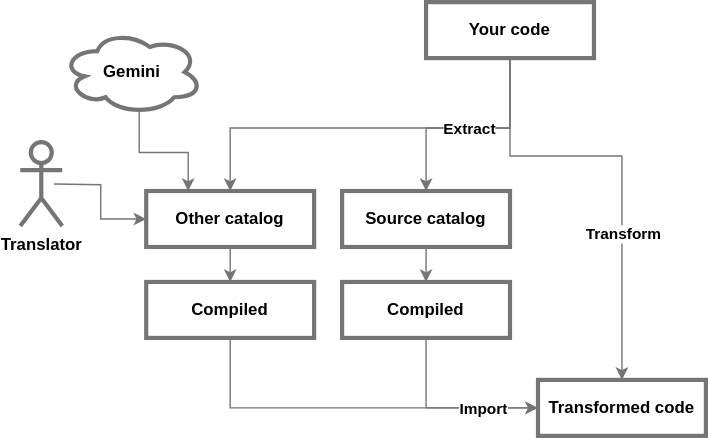
wuchalejs/wuchalejs.github.io keeps this draw.io diagram as public/diagram.svg. Above is the earlier version. Source tidied: cells renumbered, new cells last; positions are measured from the earlier drawing's top-left corner, leaving out a move shared by most shapes. The source it was exported from:
```xml
<mxGraphModel>
  <root>
    <mxCell id="0" />
    <mxCell id="1" parent="0" />
    <mxCell id="2" style="edgeStyle=orthogonalEdgeStyle;rounded=0;jettySize=auto;html=1;exitX=0.5;exitY=1;exitDx=0;exitDy=0;entryX=0.5;entryY=0;entryDx=0;entryDy=0;fontColor=default;strokeColor=#757575;fontStyle=1;labelBackgroundColor=none;" parent="1" edge="1" source="7" target="8">
      <mxGeometry relative="1" as="geometry">
        <Array as="points">
          <mxPoint x="350" y="110" />
          <mxPoint x="430" y="110" />
        </Array>
      </mxGeometry>
    </mxCell>
    <mxCell id="3" value="Transform" style="edgeLabel;html=1;align=center;verticalAlign=middle;fontColor=default;fontStyle=1;labelBackgroundColor=default;" parent="2" vertex="1">
      <mxGeometry x="0.07" relative="1" as="geometry">
        <mxPoint y="40" as="offset" />
      </mxGeometry>
    </mxCell>
    <mxCell id="4" style="edgeStyle=orthogonalEdgeStyle;rounded=0;jettySize=auto;html=1;exitX=0.5;exitY=1;exitDx=0;exitDy=0;entryX=0.5;entryY=0;entryDx=0;entryDy=0;fontColor=default;strokeColor=#757575;fontStyle=1;" parent="1" edge="1" source="7" target="12">
      <mxGeometry relative="1" as="geometry">
        <Array as="points">
          <mxPoint x="350" y="90" />
          <mxPoint x="150" y="90" />
        </Array>
      </mxGeometry>
    </mxCell>
    <mxCell id="5" style="edgeStyle=orthogonalEdgeStyle;rounded=0;jettySize=auto;html=1;exitX=0.5;exitY=1;exitDx=0;exitDy=0;entryX=0.5;entryY=0;entryDx=0;entryDy=0;fontColor=default;strokeColor=#757575;fontStyle=1;" parent="1" edge="1" source="7" target="10">
      <mxGeometry relative="1" as="geometry">
        <Array as="points">
          <mxPoint x="350" y="90" />
          <mxPoint x="290" y="90" />
        </Array>
      </mxGeometry>
    </mxCell>
    <mxCell id="6" value="Extract" style="edgeLabel;html=1;align=center;verticalAlign=middle;fontColor=default;fontStyle=1;labelBackgroundColor=default;" parent="5" vertex="1">
      <mxGeometry x="-0.79" y="1" relative="1" as="geometry">
        <mxPoint x="-31" y="34" as="offset" />
      </mxGeometry>
    </mxCell>
    <mxCell id="7" value="Your code" style="rounded=0;whiteSpace=wrap;html=1;fillColor=none;strokeColor=#757575;fontColor=default;fontStyle=1;strokeWidth=3;" parent="1" vertex="1">
      <mxGeometry x="290" width="120" height="40" as="geometry" />
    </mxCell>
    <mxCell id="8" value="Transformed code" style="rounded=0;whiteSpace=wrap;html=1;fillColor=none;strokeColor=#757575;fontColor=default;fontStyle=1;strokeWidth=3;" parent="1" vertex="1">
      <mxGeometry x="370" y="270" width="120" height="40" as="geometry" />
    </mxCell>
    <mxCell id="9" style="edgeStyle=orthogonalEdgeStyle;rounded=0;jettySize=auto;html=1;exitX=0.5;exitY=1;exitDx=0;exitDy=0;entryX=0.5;entryY=0;entryDx=0;entryDy=0;fontColor=default;strokeColor=#757575;fontStyle=1;" parent="1" edge="1" source="10" target="14">
      <mxGeometry relative="1" as="geometry" />
    </mxCell>
    <mxCell id="10" value="Source&amp;nbsp;&lt;span style=&quot;background-color: transparent;&quot;&gt;catalog&lt;/span&gt;" style="rounded=0;whiteSpace=wrap;html=1;fillColor=none;strokeColor=#757575;fontColor=default;fontStyle=1;strokeWidth=3;" parent="1" vertex="1">
      <mxGeometry x="230" y="135" width="120" height="40" as="geometry" />
    </mxCell>
    <mxCell id="11" style="edgeStyle=orthogonalEdgeStyle;rounded=0;jettySize=auto;html=1;exitX=0.5;exitY=1;exitDx=0;exitDy=0;entryX=0.5;entryY=0;entryDx=0;entryDy=0;fontColor=default;strokeColor=#757575;fontStyle=1;" parent="1" edge="1" source="12" target="17">
      <mxGeometry relative="1" as="geometry" />
    </mxCell>
    <mxCell id="12" value="Other catalog" style="rounded=0;whiteSpace=wrap;html=1;fillColor=none;strokeColor=#757575;fontColor=default;fontStyle=1;strokeWidth=3;" parent="1" vertex="1">
      <mxGeometry x="90" y="135" width="120" height="40" as="geometry" />
    </mxCell>
    <mxCell id="13" style="edgeStyle=orthogonalEdgeStyle;rounded=0;jettySize=auto;html=1;exitX=0.5;exitY=1;exitDx=0;exitDy=0;entryX=0;entryY=0.5;entryDx=0;entryDy=0;fontColor=default;strokeColor=#757575;fontStyle=1;" parent="1" edge="1" source="14" target="8">
      <mxGeometry relative="1" as="geometry" />
    </mxCell>
    <mxCell id="14" value="Compiled" style="rounded=0;whiteSpace=wrap;html=1;fillColor=none;strokeColor=#757575;fontColor=default;fontStyle=1;strokeWidth=3;" parent="1" vertex="1">
      <mxGeometry x="230" y="200" width="120" height="40" as="geometry" />
    </mxCell>
    <mxCell id="15" style="edgeStyle=orthogonalEdgeStyle;rounded=0;jettySize=auto;html=1;exitX=0.5;exitY=1;exitDx=0;exitDy=0;entryX=0;entryY=0.5;entryDx=0;entryDy=0;fontColor=default;strokeColor=#757575;fontStyle=1;" parent="1" edge="1" source="17" target="8">
      <mxGeometry relative="1" as="geometry" />
    </mxCell>
    <mxCell id="16" value="Import" style="edgeLabel;html=1;align=center;verticalAlign=middle;fontColor=default;fontStyle=1;labelBackgroundColor=default;" parent="15" vertex="1">
      <mxGeometry y="-2" relative="1" as="geometry">
        <mxPoint x="95" y="-2" as="offset" />
      </mxGeometry>
    </mxCell>
    <mxCell id="17" value="Compiled" style="rounded=0;whiteSpace=wrap;html=1;fillColor=none;strokeColor=#757575;fontColor=default;fontStyle=1;strokeWidth=3;" parent="1" vertex="1">
      <mxGeometry x="90" y="200" width="120" height="40" as="geometry" />
    </mxCell>
    <mxCell id="18" style="edgeStyle=orthogonalEdgeStyle;rounded=0;jettySize=auto;html=1;exitX=0.55;exitY=0.95;exitDx=0;exitDy=0;exitPerimeter=0;entryX=0.25;entryY=0;entryDx=0;entryDy=0;fontColor=default;strokeColor=#757575;fontStyle=1;" parent="1" edge="1" source="19" target="12">
      <mxGeometry relative="1" as="geometry" />
    </mxCell>
    <mxCell id="19" value="Gemini" style="ellipse;shape=cloud;whiteSpace=wrap;html=1;fillColor=none;strokeColor=#757575;fontColor=default;fontStyle=1;strokeWidth=3;" parent="1" vertex="1">
      <mxGeometry x="30" y="20" width="100" height="60" as="geometry" />
    </mxCell>
    <mxCell id="20" style="edgeStyle=orthogonalEdgeStyle;rounded=0;jettySize=auto;html=1;exitX=0.9;exitY=0.5;exitDx=0;exitDy=0;exitPerimeter=0;entryX=0;entryY=0.5;entryDx=0;entryDy=0;fontColor=default;strokeColor=#757575;fontStyle=1;" parent="1" edge="1" target="12">
      <mxGeometry relative="1" as="geometry">
        <mxPoint x="24" y="130" as="sourcePoint" />
      </mxGeometry>
    </mxCell>
    <mxCell id="21" value="Translator" style="shape=umlActor;verticalLabelPosition=bottom;verticalAlign=top;html=1;outlineConnect=0;strokeColor=#757575;fontColor=default;fontStyle=1;fillColor=none;strokeWidth=3;" parent="1" vertex="1">
      <mxGeometry y="100" width="30" height="60" as="geometry" />
    </mxCell>
  </root>
</mxGraphModel>
```
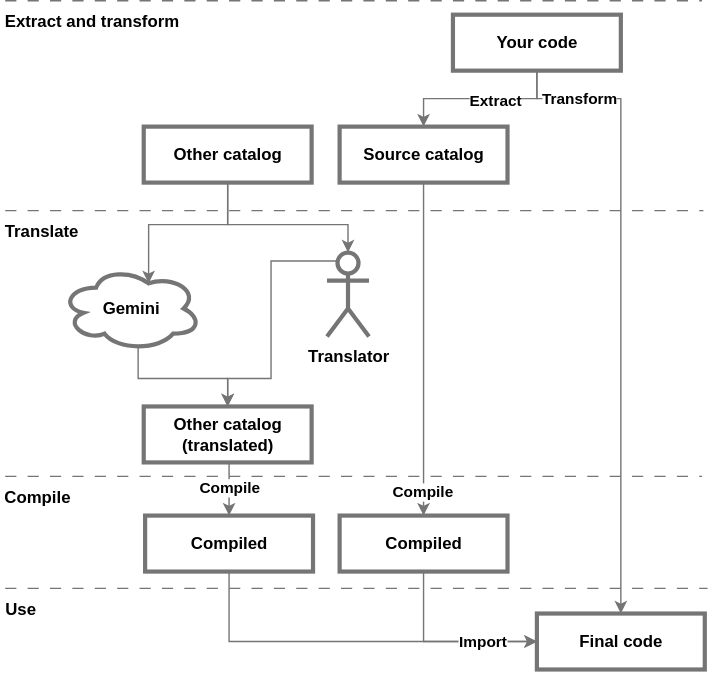
The same file after the commit.

What changed in the source:
```diff
@@ -5,60 +5,54 @@
     <mxCell id="2" style="edgeStyle=orthogonalEdgeStyle;rounded=0;jettySize=auto;html=1;exitX=0.5;exitY=1;exitDx=0;exitDy=0;entryX=0.5;entryY=0;entryDx=0;entryDy=0;fontColor=default;strokeColor=#757575;fontStyle=1;labelBackgroundColor=none;" parent="1" edge="1" source="7" target="8">
       <mxGeometry relative="1" as="geometry">
         <Array as="points">
-          <mxPoint x="350" y="110" />
-          <mxPoint x="430" y="110" />
+          <mxPoint x="540" y="50" />
+          <mxPoint x="600" y="50" />
         </Array>
       </mxGeometry>
     </mxCell>
     <mxCell id="3" value="Transform" style="edgeLabel;html=1;align=center;verticalAlign=middle;fontColor=default;fontStyle=1;labelBackgroundColor=default;" parent="2" vertex="1">
       <mxGeometry x="0.07" relative="1" as="geometry">
-        <mxPoint y="40" as="offset" />
+        <mxPoint x="-30" y="-159" as="offset" />
       </mxGeometry>
     </mxCell>
-    <mxCell id="4" style="edgeStyle=orthogonalEdgeStyle;rounded=0;jettySize=auto;html=1;exitX=0.5;exitY=1;exitDx=0;exitDy=0;entryX=0.5;entryY=0;entryDx=0;entryDy=0;fontColor=default;strokeColor=#757575;fontStyle=1;" parent="1" edge="1" source="7" target="12">
-      <mxGeometry relative="1" as="geometry">
-        <Array as="points">
-          <mxPoint x="350" y="90" />
-          <mxPoint x="150" y="90" />
-        </Array>
-      </mxGeometry>
-    </mxCell>
     <mxCell id="5" style="edgeStyle=orthogonalEdgeStyle;rounded=0;jettySize=auto;html=1;exitX=0.5;exitY=1;exitDx=0;exitDy=0;entryX=0.5;entryY=0;entryDx=0;entryDy=0;fontColor=default;strokeColor=#757575;fontStyle=1;" parent="1" edge="1" source="7" target="10">
       <mxGeometry relative="1" as="geometry">
         <Array as="points">
-          <mxPoint x="350" y="90" />
-          <mxPoint x="290" y="90" />
+          <mxPoint x="520" y="50" />
+          <mxPoint x="460" y="50" />
         </Array>
       </mxGeometry>
     </mxCell>
     <mxCell id="6" value="Extract" style="edgeLabel;html=1;align=center;verticalAlign=middle;fontColor=default;fontStyle=1;labelBackgroundColor=default;" parent="5" vertex="1">
       <mxGeometry x="-0.79" y="1" relative="1" as="geometry">
-        <mxPoint x="-31" y="34" as="offset" />
+        <mxPoint x="-31" y="8" as="offset" />
       </mxGeometry>
     </mxCell>
     <mxCell id="7" value="Your code" style="rounded=0;whiteSpace=wrap;html=1;fillColor=none;strokeColor=#757575;fontColor=default;fontStyle=1;strokeWidth=3;" parent="1" vertex="1">
-      <mxGeometry x="290" width="120" height="40" as="geometry" />
+      <mxGeometry x="480" y="-10" width="120" height="40" as="geometry" />
     </mxCell>
-    <mxCell id="8" value="Transformed code" style="rounded=0;whiteSpace=wrap;html=1;fillColor=none;strokeColor=#757575;fontColor=default;fontStyle=1;strokeWidth=3;" parent="1" vertex="1">
-      <mxGeometry x="370" y="270" width="120" height="40" as="geometry" />
+    <mxCell id="8" value="Final code" style="rounded=0;whiteSpace=wrap;html=1;fillColor=none;strokeColor=#757575;fontColor=default;fontStyle=1;strokeWidth=3;" parent="1" vertex="1">
+      <mxGeometry x="540" y="418" width="120" height="40" as="geometry" />
     </mxCell>
     <mxCell id="9" style="edgeStyle=orthogonalEdgeStyle;rounded=0;jettySize=auto;html=1;exitX=0.5;exitY=1;exitDx=0;exitDy=0;entryX=0.5;entryY=0;entryDx=0;entryDy=0;fontColor=default;strokeColor=#757575;fontStyle=1;" parent="1" edge="1" source="10" target="14">
       <mxGeometry relative="1" as="geometry" />
     </mxCell>
+    <mxCell id="22" value="Compile" style="edgeLabel;html=1;align=center;verticalAlign=middle;fontStyle=1;" parent="9" vertex="1">
+      <mxGeometry x="0.47" y="-3" relative="1" as="geometry">
+        <mxPoint x="2" y="46" as="offset" />
+      </mxGeometry>
+    </mxCell>
     <mxCell id="10" value="Source&amp;nbsp;&lt;span style=&quot;background-color: transparent;&quot;&gt;catalog&lt;/span&gt;" style="rounded=0;whiteSpace=wrap;html=1;fillColor=none;strokeColor=#757575;fontColor=default;fontStyle=1;strokeWidth=3;" parent="1" vertex="1">
-      <mxGeometry x="230" y="135" width="120" height="40" as="geometry" />
+      <mxGeometry x="399" y="70" width="120" height="40" as="geometry" />
     </mxCell>
-    <mxCell id="11" style="edgeStyle=orthogonalEdgeStyle;rounded=0;jettySize=auto;html=1;exitX=0.5;exitY=1;exitDx=0;exitDy=0;entryX=0.5;entryY=0;entryDx=0;entryDy=0;fontColor=default;strokeColor=#757575;fontStyle=1;" parent="1" edge="1" source="12" target="17">
-      <mxGeometry relative="1" as="geometry" />
-    </mxCell>
     <mxCell id="12" value="Other catalog" style="rounded=0;whiteSpace=wrap;html=1;fillColor=none;strokeColor=#757575;fontColor=default;fontStyle=1;strokeWidth=3;" parent="1" vertex="1">
-      <mxGeometry x="90" y="135" width="120" height="40" as="geometry" />
+      <mxGeometry x="259" y="70" width="120" height="40" as="geometry" />
     </mxCell>
     <mxCell id="13" style="edgeStyle=orthogonalEdgeStyle;rounded=0;jettySize=auto;html=1;exitX=0.5;exitY=1;exitDx=0;exitDy=0;entryX=0;entryY=0.5;entryDx=0;entryDy=0;fontColor=default;strokeColor=#757575;fontStyle=1;" parent="1" edge="1" source="14" target="8">
       <mxGeometry relative="1" as="geometry" />
     </mxCell>
     <mxCell id="14" value="Compiled" style="rounded=0;whiteSpace=wrap;html=1;fillColor=none;strokeColor=#757575;fontColor=default;fontStyle=1;strokeWidth=3;" parent="1" vertex="1">
-      <mxGeometry x="230" y="200" width="120" height="40" as="geometry" />
+      <mxGeometry x="399" y="348" width="120" height="40" as="geometry" />
     </mxCell>
     <mxCell id="15" style="edgeStyle=orthogonalEdgeStyle;rounded=0;jettySize=auto;html=1;exitX=0.5;exitY=1;exitDx=0;exitDy=0;entryX=0;entryY=0.5;entryDx=0;entryDy=0;fontColor=default;strokeColor=#757575;fontStyle=1;" parent="1" edge="1" source="17" target="8">
       <mxGeometry relative="1" as="geometry" />
@@ -69,21 +63,81 @@
       </mxGeometry>
     </mxCell>
     <mxCell id="17" value="Compiled" style="rounded=0;whiteSpace=wrap;html=1;fillColor=none;strokeColor=#757575;fontColor=default;fontStyle=1;strokeWidth=3;" parent="1" vertex="1">
-      <mxGeometry x="90" y="200" width="120" height="40" as="geometry" />
+      <mxGeometry x="260" y="348" width="120" height="40" as="geometry" />
     </mxCell>
-    <mxCell id="18" style="edgeStyle=orthogonalEdgeStyle;rounded=0;jettySize=auto;html=1;exitX=0.55;exitY=0.95;exitDx=0;exitDy=0;exitPerimeter=0;entryX=0.25;entryY=0;entryDx=0;entryDy=0;fontColor=default;strokeColor=#757575;fontStyle=1;" parent="1" edge="1" source="19" target="12">
-      <mxGeometry relative="1" as="geometry" />
-    </mxCell>
+    <mxCell id="23" style="edgeStyle=orthogonalEdgeStyle;rounded=0;jettySize=auto;html=1;exitX=0.55;exitY=0.95;exitDx=0;exitDy=0;exitPerimeter=0;entryX=0.5;entryY=0;entryDx=0;entryDy=0;strokeColor=#757575;" parent="1" edge="1" source="19" target="31">
+      <mxGeometry relative="1" as="geometry" />
+    </mxCell>
     <mxCell id="19" value="Gemini" style="ellipse;shape=cloud;whiteSpace=wrap;html=1;fillColor=none;strokeColor=#757575;fontColor=default;fontStyle=1;strokeWidth=3;" parent="1" vertex="1">
-      <mxGeometry x="30" y="20" width="100" height="60" as="geometry" />
+      <mxGeometry x="200" y="170" width="100" height="60" as="geometry" />
     </mxCell>
-    <mxCell id="20" style="edgeStyle=orthogonalEdgeStyle;rounded=0;jettySize=auto;html=1;exitX=0.9;exitY=0.5;exitDx=0;exitDy=0;exitPerimeter=0;entryX=0;entryY=0.5;entryDx=0;entryDy=0;fontColor=default;strokeColor=#757575;fontStyle=1;" parent="1" edge="1" target="12">
-      <mxGeometry relative="1" as="geometry">
-        <mxPoint x="24" y="130" as="sourcePoint" />
-      </mxGeometry>
-    </mxCell>
+    <mxCell id="24" style="edgeStyle=orthogonalEdgeStyle;rounded=0;jettySize=auto;html=1;exitX=0.25;exitY=0.1;exitDx=0;exitDy=0;exitPerimeter=0;entryX=0.5;entryY=0;entryDx=0;entryDy=0;strokeColor=#757575;" parent="1" edge="1" source="21" target="31">
+      <mxGeometry relative="1" as="geometry">
+        <Array as="points">
+          <mxPoint x="350" y="166" />
+          <mxPoint x="350" y="250" />
+          <mxPoint x="319" y="250" />
+        </Array>
+      </mxGeometry>
+    </mxCell>
     <mxCell id="21" value="Translator" style="shape=umlActor;verticalLabelPosition=bottom;verticalAlign=top;html=1;outlineConnect=0;strokeColor=#757575;fontColor=default;fontStyle=1;fillColor=none;strokeWidth=3;" parent="1" vertex="1">
-      <mxGeometry y="100" width="30" height="60" as="geometry" />
+      <mxGeometry x="390" y="160" width="30" height="60" as="geometry" />
     </mxCell>
+    <mxCell id="25" style="endArrow=none;html=1;rounded=0;dashed=1;dashPattern=8 8;strokeColor=#757575;" parent="1" edge="1">
+      <mxGeometry relative="1" as="geometry">
+        <mxPoint x="160" y="-20" as="sourcePoint" />
+        <mxPoint x="658" y="-20" as="targetPoint" />
+      </mxGeometry>
+    </mxCell>
+    <mxCell id="26" value="Extract and transform" style="text;html=1;align=center;verticalAlign=middle;whiteSpace=wrap;rounded=0;fontStyle=1;" parent="1" vertex="1">
+      <mxGeometry x="157" y="-20" width="130" height="30" as="geometry" />
+    </mxCell>
+    <mxCell id="27" style="endArrow=none;html=1;rounded=0;dashed=1;dashPattern=8 8;strokeColor=#757575;" parent="1" edge="1">
+      <mxGeometry relative="1" as="geometry">
+        <mxPoint x="160" y="130" as="sourcePoint" />
+        <mxPoint x="659" y="130" as="targetPoint" />
+      </mxGeometry>
+    </mxCell>
+    <mxCell id="28" value="Translate" style="text;html=1;align=center;verticalAlign=middle;whiteSpace=wrap;rounded=0;fontStyle=1;" parent="1" vertex="1">
+      <mxGeometry x="161" y="130" width="50" height="30" as="geometry" />
+    </mxCell>
+    <mxCell id="29" style="edgeStyle=orthogonalEdgeStyle;rounded=0;jettySize=auto;html=1;exitX=0.5;exitY=1;exitDx=0;exitDy=0;entryX=0.5;entryY=0;entryDx=0;entryDy=0;strokeColor=#757575;" parent="1" edge="1" source="31" target="17">
+      <mxGeometry relative="1" as="geometry" />
+    </mxCell>
+    <mxCell id="30" value="Compile" style="edgeLabel;html=1;align=center;verticalAlign=middle;fontStyle=1;" parent="29" vertex="1">
+      <mxGeometry x="-0.04" relative="1" as="geometry" />
+    </mxCell>
+    <mxCell id="31" value="Other catalog (translated)" style="rounded=0;whiteSpace=wrap;html=1;fillColor=none;strokeColor=#757575;fontColor=default;fontStyle=1;strokeWidth=3;" parent="1" vertex="1">
+      <mxGeometry x="259" y="270" width="120" height="40" as="geometry" />
+    </mxCell>
+    <mxCell id="32" style="endArrow=none;html=1;rounded=0;dashed=1;dashPattern=8 8;strokeColor=#757575;" parent="1" edge="1">
+      <mxGeometry relative="1" as="geometry">
+        <mxPoint x="160" y="320" as="sourcePoint" />
+        <mxPoint x="658" y="320" as="targetPoint" />
+      </mxGeometry>
+    </mxCell>
+    <mxCell id="33" style="edgeStyle=orthogonalEdgeStyle;rounded=0;jettySize=auto;html=1;exitX=0.5;exitY=1;exitDx=0;exitDy=0;entryX=0.625;entryY=0.2;entryDx=0;entryDy=0;entryPerimeter=0;strokeColor=#757575;" parent="1" edge="1" source="12" target="19">
+      <mxGeometry relative="1" as="geometry" />
+    </mxCell>
+    <mxCell id="34" style="edgeStyle=orthogonalEdgeStyle;rounded=0;jettySize=auto;html=1;exitX=0.5;exitY=1;exitDx=0;exitDy=0;entryX=0.5;entryY=0;entryDx=0;entryDy=0;entryPerimeter=0;strokeColor=#757575;" parent="1" edge="1" source="12" target="21">
+      <mxGeometry relative="1" as="geometry">
+        <Array as="points">
+          <mxPoint x="319" y="140" />
+          <mxPoint x="405" y="140" />
+        </Array>
+      </mxGeometry>
+    </mxCell>
+    <mxCell id="35" value="Compile" style="text;html=1;align=center;verticalAlign=middle;whiteSpace=wrap;rounded=0;fontStyle=1;" parent="1" vertex="1">
+      <mxGeometry x="163" y="320" width="40" height="30" as="geometry" />
+    </mxCell>
+    <mxCell id="36" value="Use" style="text;html=1;align=center;verticalAlign=middle;whiteSpace=wrap;rounded=0;fontStyle=1;" parent="1" vertex="1">
+      <mxGeometry x="161" y="400" width="20" height="30" as="geometry" />
+    </mxCell>
+    <mxCell id="37" style="endArrow=none;html=1;rounded=0;dashed=1;dashPattern=8 8;strokeColor=#757575;" parent="1" edge="1">
+      <mxGeometry relative="1" as="geometry">
+        <mxPoint x="160" y="400" as="sourcePoint" />
+        <mxPoint x="662" y="400" as="targetPoint" />
+      </mxGeometry>
+    </mxCell>
   </root>
 </mxGraphModel>
```
